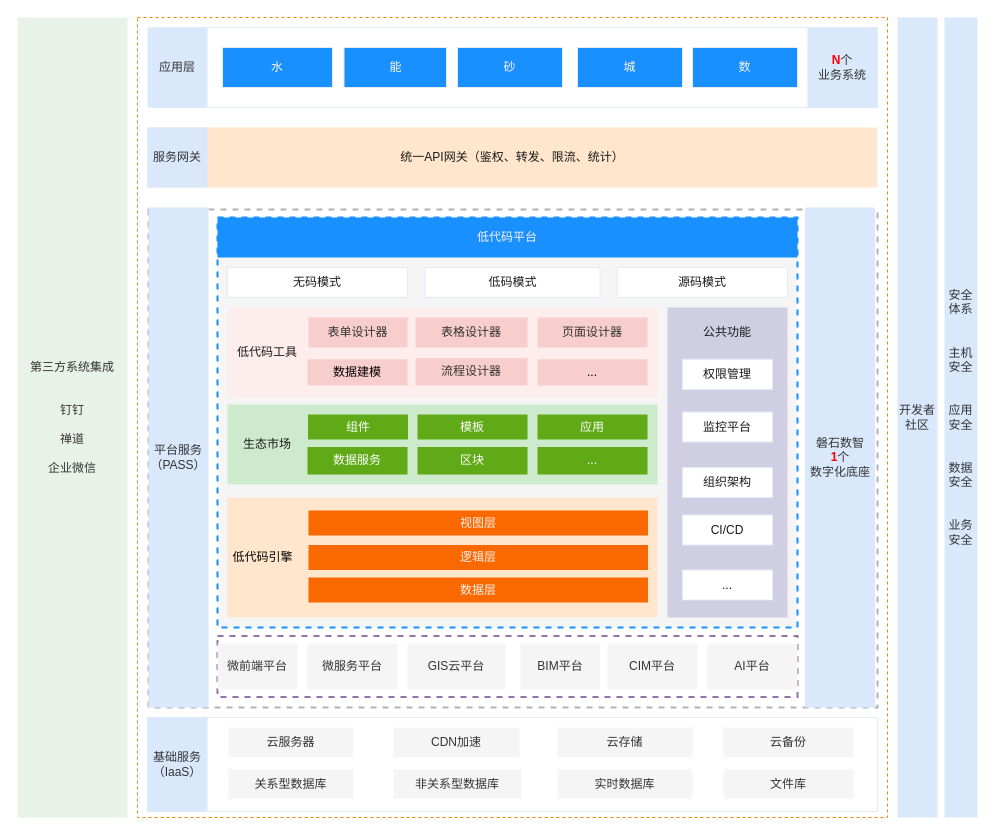
Above: 低代码——整体架构图.drawio in tangyaosimida/love (draw.io), before the change. Source tidied: cells renumbered, new cells numbered last; positions are measured from the earlier drawing's top-left corner, leaving out a move shared by most shapes. Both pictures are drawn from the tidied source at 100%, with x=0, y=0 at pixel (17, 17).
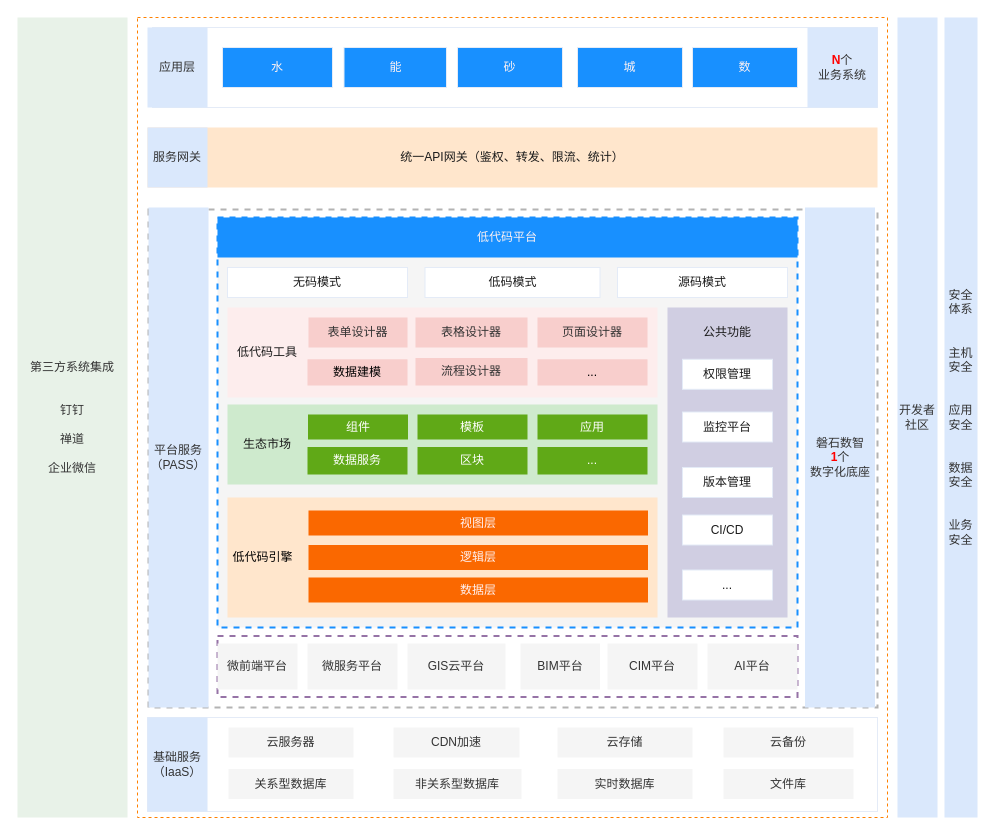
The same page after the edit.

Commit message:
更新低代码——整体架构图.drawio

What changed in the source:
```diff
@@
-    <mxCell id="34" value="组织架构" style="rounded=0;whiteSpace=wrap;html=1;strokeColor=#E4EBF7;fontColor=#1A1A1A;" parent="1" vertex="1">
+    <mxCell id="34" value="版本管理" style="rounded=0;whiteSpace=wrap;html=1;strokeColor=#E4EBF7;fontColor=#1A1A1A;" parent="1" vertex="1">
       <mxGeometry x="665" y="450" width="90" height="30" as="geometry" />
     </mxCell>
```
